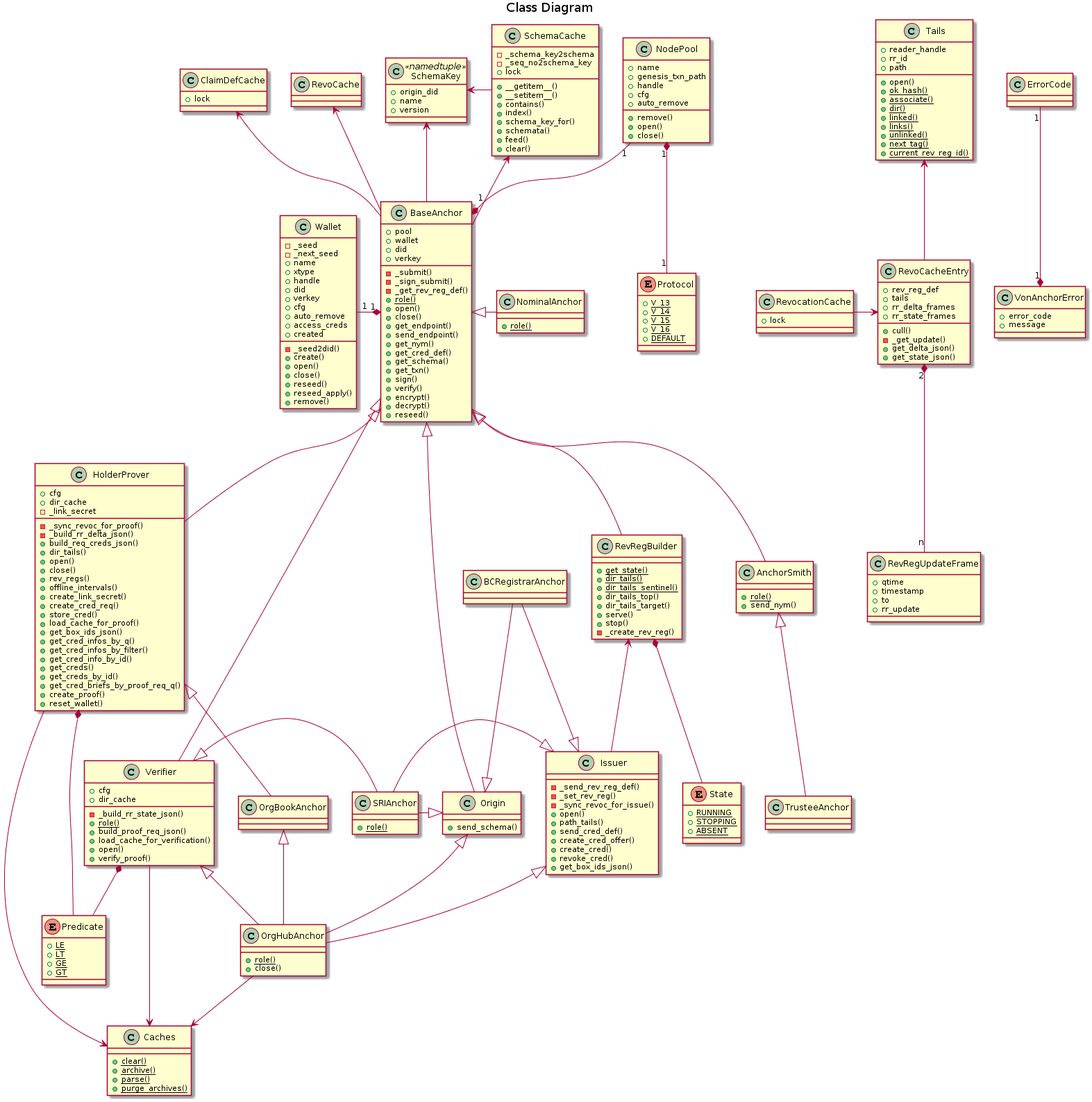
Earlier version of the PlantUML export docs/source/pic/class.png (PSPC-SPAC-buyandsell/von_anchor).
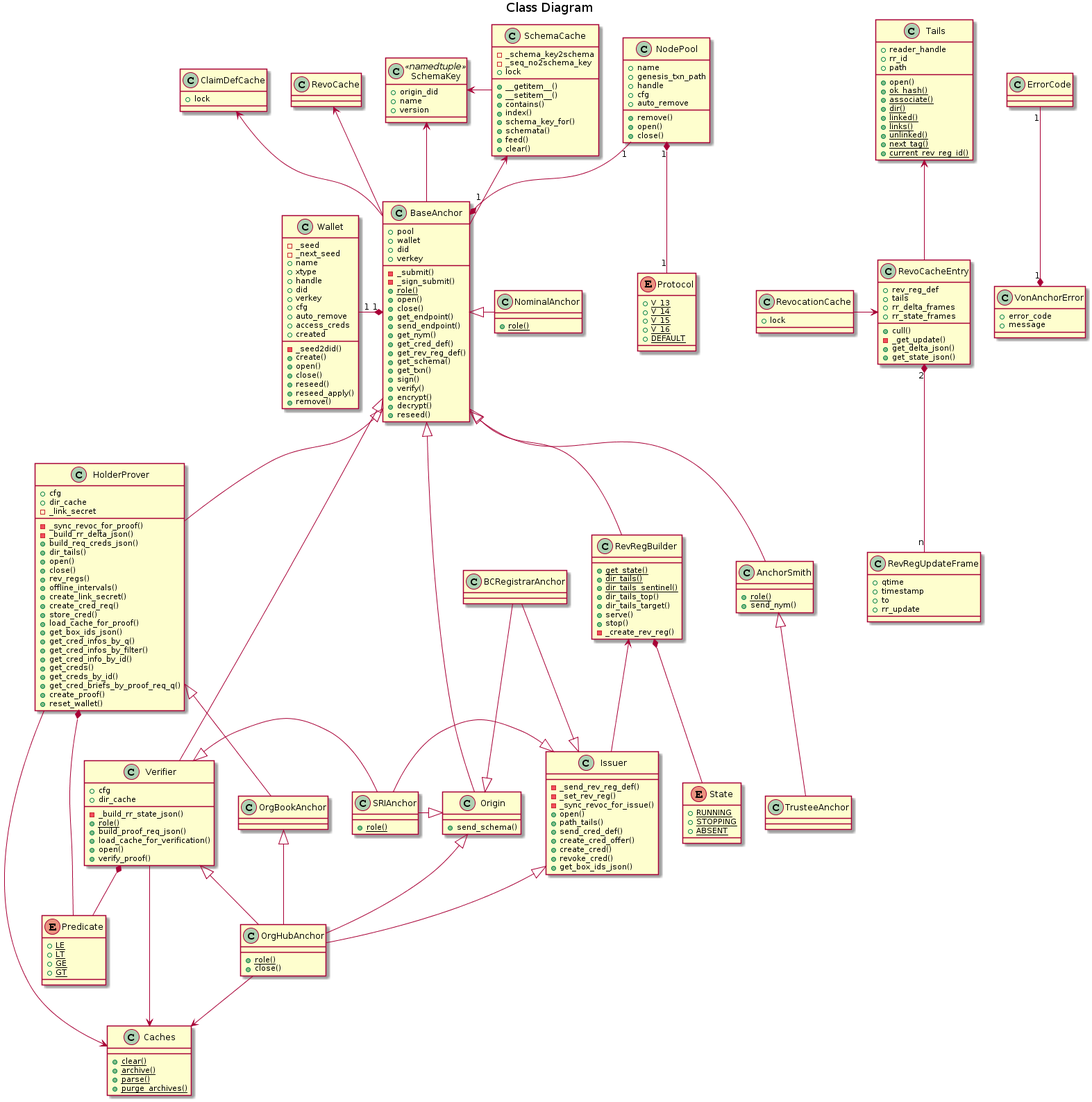
The same file after the commit.

Change to the diagram source:
```diff
@@ -133,7 +133,6 @@
     +verkey
     -_submit()
     -_sign_submit()
-    -_get_rev_reg_def()
     {static} +role()
     +open()
     +close()
@@ -141,6 +140,7 @@
     +send_endpoint()
     +get_nym()
     +get_cred_def()
+    +get_rev_reg_def()
     +get_schema()
     +get_txn()
     +sign()
```
